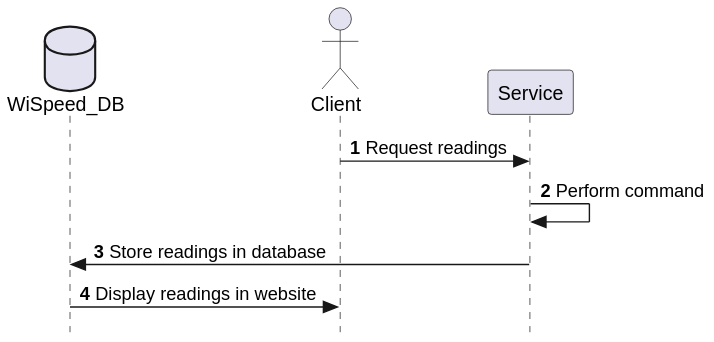
Above: Sequence_UML_Design/WiSpeed.svg in diegopimi/Wispeed (PlantUML), before the change.
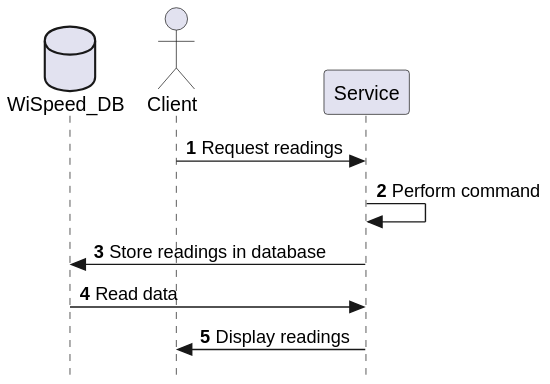
After the commit.

Commit message:
updated the little funny diagram

What changed in the source:
```diff
@@ -1,4 +1,4 @@
-@startuml WiSpeed
+@startuml
 autonumber
 skinparam Style strictuml
 database WiSpeed_DB
@@ -6,5 +6,6 @@
 Client -> Service: Request readings
 Service -> Service: Perform command
 Service -> WiSpeed_DB: Store readings in database
-WiSpeed_DB -> Client: Display readings in website
+WiSpeed_DB -> Service: Read data
+Service -> Client: Display readings
 @enduml
```
